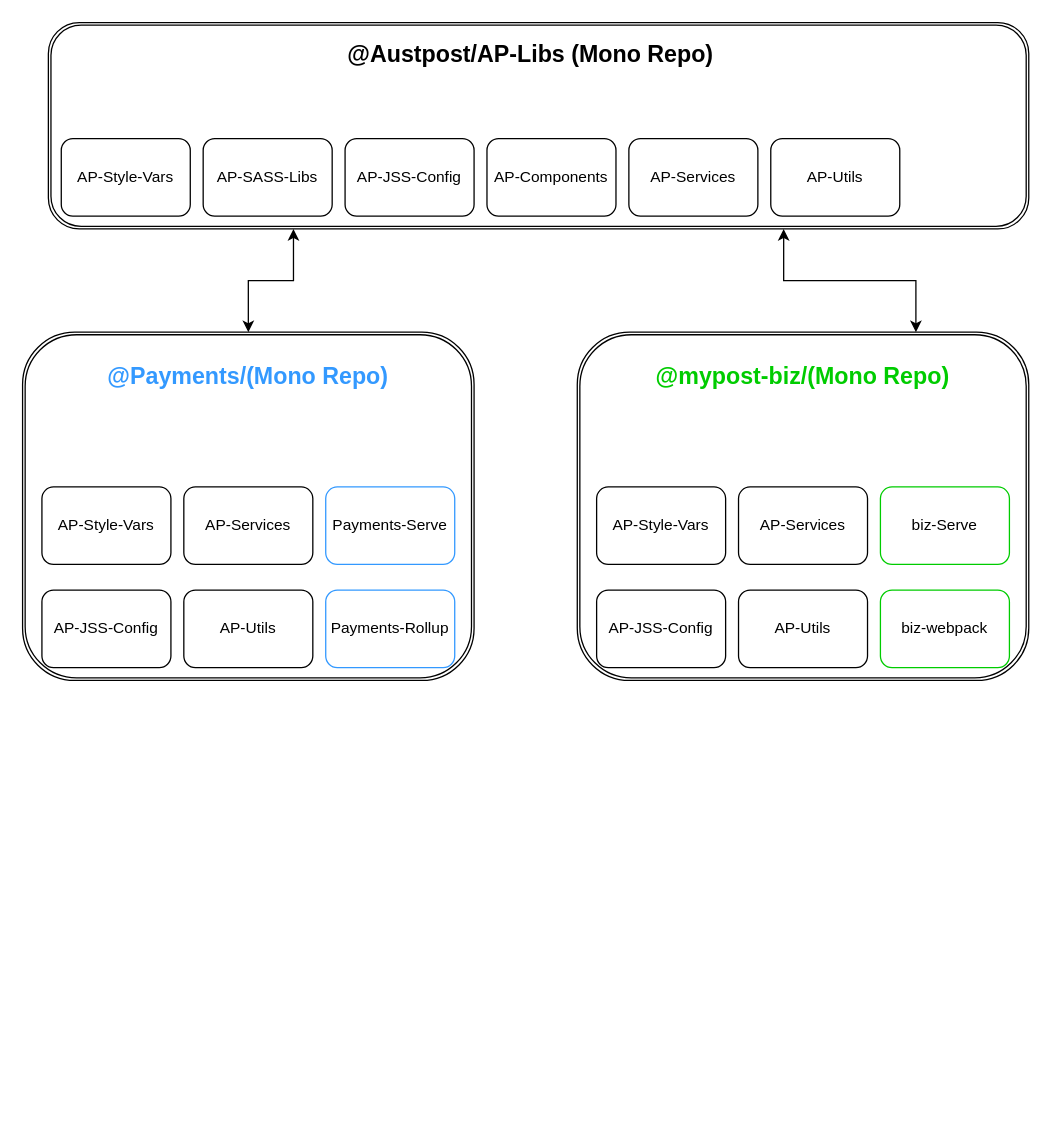
Above: notes/shared-libs/shared-libs.drawio in amindunited/amindunited.github.io (draw.io), before the change. Source tidied: cells renumbered, new cells numbered last; positions are measured from the earlier drawing's top-left corner, leaving out a move shared by most shapes. Both pictures are drawn from the tidied source at 129%, with x=0, y=0 at pixel (22, 22).
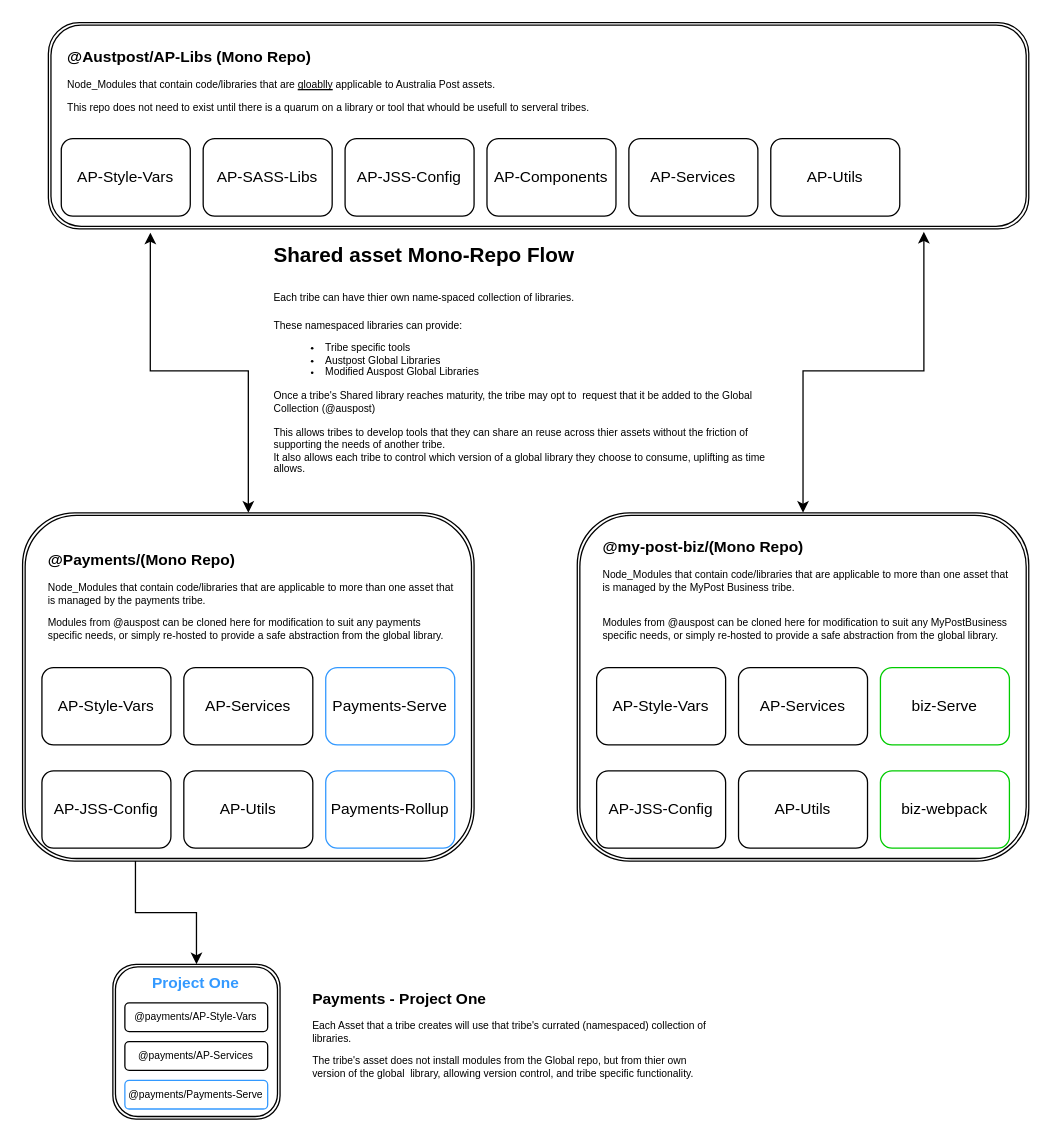
The same diagram, later.

Commit message:
Updated with better descriptions

The change refers to these unchanged cells:
```xml
<mxCell id="3" style="shape=ext;double=1;rounded=1;whiteSpace=wrap;html=1;" parent="1" vertex="1">
  <mxGeometry x="20" width="760" height="160" as="geometry" />
</mxCell>
<mxCell id="21" style="shape=ext;double=1;rounded=1;whiteSpace=wrap;html=1;" parent="20" vertex="1">
  <mxGeometry width="350" height="270" as="geometry" />
</mxCell>
```

Diff of the diagram source:
```diff
@@
-    <mxCell id="2" style="edgeStyle=orthogonalEdgeStyle;rounded=0;jettySize=auto;html=1;exitX=0.25;exitY=1;exitDx=0;exitDy=0;startArrow=classic;startFill=1;" parent="1" edge="1" source="3" target="12">
+    <mxCell id="2" style="edgeStyle=orthogonalEdgeStyle;rounded=0;jettySize=auto;html=1;exitX=0.104;exitY=1.018;exitDx=0;exitDy=0;startArrow=classic;startFill=1;exitPerimeter=0;" parent="1" edge="1" source="3" target="12">
       <mxGeometry relative="1" as="geometry" />
     </mxCell>
@@
-    <mxCell id="4" value="&lt;h2&gt;@Austpost/AP-Libs (Mono Repo)&lt;/h2&gt;" style="text;html=1;strokeColor=none;fillColor=none;align=center;verticalAlign=middle;whiteSpace=wrap;rounded=0;" parent="1" vertex="1">
-      <mxGeometry x="235" y="10" width="317.5" height="30" as="geometry" />
-    </mxCell>
@@
     <mxCell id="11" style="group;" parent="1" vertex="1">
-      <mxGeometry y="240" width="350" height="270" as="geometry" />
+      <mxGeometry y="210" width="665" height="270" as="geometry" />
     </mxCell>
     <mxCell id="12" style="shape=ext;double=1;rounded=1;whiteSpace=wrap;html=1;" parent="11" vertex="1">
-      <mxGeometry width="350" height="270" as="geometry" />
+      <mxGeometry y="170" width="350" height="270" as="geometry" />
     </mxCell>
-    <mxCell id="13" value="&lt;h2&gt;&lt;font color=&quot;#3399ff&quot;&gt;@Payments/(Mono Repo)&lt;/font&gt;&lt;/h2&gt;" style="text;html=1;strokeColor=none;fillColor=none;align=center;verticalAlign=middle;whiteSpace=wrap;rounded=0;" parent="11" vertex="1">
-      <mxGeometry x="55" y="20" width="240" height="30" as="geometry" />
-    </mxCell>
     <mxCell id="14" value="AP-Style-Vars" style="rounded=1;whiteSpace=wrap;html=1;" parent="11" vertex="1">
-      <mxGeometry x="15" y="120" width="100" height="60" as="geometry" />
+      <mxGeometry x="15" y="290" width="100" height="60" as="geometry" />
     </mxCell>
     <mxCell id="15" value="AP-JSS-Config" style="rounded=1;whiteSpace=wrap;html=1;" parent="11" vertex="1">
-      <mxGeometry x="15" y="200" width="100" height="60" as="geometry" />
+      <mxGeometry x="15" y="370" width="100" height="60" as="geometry" />
     </mxCell>
     <mxCell id="16" value="Payments-Serve" style="rounded=1;whiteSpace=wrap;html=1;strokeColor=#3399FF;" parent="11" vertex="1">
-      <mxGeometry x="235" y="120" width="100" height="60" as="geometry" />
+      <mxGeometry x="235" y="290" width="100" height="60" as="geometry" />
     </mxCell>
     <mxCell id="17" value="AP-Utils" style="rounded=1;whiteSpace=wrap;html=1;" parent="11" vertex="1">
-      <mxGeometry x="125" y="200" width="100" height="60" as="geometry" />
+      <mxGeometry x="125" y="370" width="100" height="60" as="geometry" />
     </mxCell>
     <mxCell id="18" value="AP-Services" style="rounded=1;whiteSpace=wrap;html=1;" parent="11" vertex="1">
-      <mxGeometry x="125" y="120" width="100" height="60" as="geometry" />
+      <mxGeometry x="125" y="290" width="100" height="60" as="geometry" />
     </mxCell>
     <mxCell id="19" value="Payments-Rollup" style="rounded=1;whiteSpace=wrap;html=1;strokeColor=#3399FF;" parent="11" vertex="1">
-      <mxGeometry x="235" y="200" width="100" height="60" as="geometry" />
+      <mxGeometry x="235" y="370" width="100" height="60" as="geometry" />
     </mxCell>
+    <mxCell id="30" value="&lt;h2&gt;@Payments/(Mono Repo)&lt;/h2&gt;&lt;p&gt;Node_Modules that contain code/libraries that are applicable to more than one asset that is managed by the payments tribe.&lt;/p&gt;&lt;p&gt;Modules from @auspost can be cloned here for modification to suit any payments specific needs, or simply re-hosted to provide a safe abstraction from the global library.&lt;/p&gt;" style="text;html=1;strokeColor=none;fillColor=none;spacing=5;spacingTop=-20;whiteSpace=wrap;overflow=hidden;rounded=0;fontSize=8;align=left;" parent="11" vertex="1">
+      <mxGeometry x="15" y="200" width="325" height="80" as="geometry" />
+    </mxCell>
+    <mxCell id="31" value="&lt;h1&gt;&lt;span&gt;Shared asset Mono-Repo Flow&lt;/span&gt;&lt;/h1&gt;&lt;h1&gt;&lt;span style=&quot;font-size: 8px ; font-weight: normal&quot;&gt;Each tribe can have thier own name-spaced collection of libraries.&lt;/span&gt;&lt;br&gt;&lt;/h1&gt;&lt;div&gt;&lt;span style=&quot;font-size: 8px ; font-weight: normal&quot;&gt;These namespaced libraries can provide:&lt;/span&gt;&lt;/div&gt;&lt;div&gt;&lt;ul&gt;&lt;li&gt;&lt;span style=&quot;font-size: 8px ; font-weight: normal&quot;&gt;Tribe specific tools&lt;br&gt;&lt;/span&gt;&lt;/li&gt;&lt;li&gt;&lt;span style=&quot;font-size: 8px ; font-weight: normal&quot;&gt;Austpost Global Libraries&lt;/span&gt;&lt;/li&gt;&lt;li&gt;&lt;span style=&quot;font-size: 8px ; font-weight: normal&quot;&gt;Modified Auspost Global Libraries&lt;/span&gt;&lt;/li&gt;&lt;/ul&gt;&lt;div&gt;Once a tribe's Shared library reaches maturity, the tribe may opt to&amp;nbsp; request that it be added to the Global&amp;nbsp; Collection (@auspost)&lt;/div&gt;&lt;/div&gt;&lt;div&gt;&lt;br&gt;&lt;/div&gt;&lt;div&gt;This allows tribes to develop tools that they can share an reuse across thier assets without the friction of supporting the needs of another tribe.&lt;/div&gt;&lt;div&gt;It also allows each tribe to control which version of a global library they choose to consume, uplifting as time allows.&lt;/div&gt;" style="text;html=1;strokeColor=none;fillColor=none;spacing=5;spacingTop=-20;whiteSpace=wrap;overflow=hidden;rounded=0;fontSize=8;" parent="11" vertex="1">
+      <mxGeometry x="190" y="-40" width="400" height="210" as="geometry" />
+    </mxCell>
     <mxCell id="20" style="group;" parent="1" vertex="1">
-      <mxGeometry x="430" y="240" width="350" height="270" as="geometry" />
+      <mxGeometry x="430" y="380" width="350" height="270" as="geometry" />
     </mxCell>
@@
-    <mxCell id="22" value="&lt;h2&gt;&lt;font color=&quot;#00cc00&quot;&gt;@mypost-biz/(Mono Repo)&lt;/font&gt;&lt;/h2&gt;" style="text;html=1;strokeColor=none;fillColor=none;align=center;verticalAlign=middle;whiteSpace=wrap;rounded=0;" parent="20" vertex="1">
-      <mxGeometry x="55" y="20" width="240" height="30" as="geometry" />
-    </mxCell>
@@
+    <mxCell id="32" value="&lt;h2&gt;@my-post-biz/(Mono Repo)&lt;/h2&gt;&lt;p&gt;Node_Modules that contain code/libraries that are applicable to more than one asset that is managed by the MyPost Business tribe.&lt;/p&gt;&lt;br class=&quot;Apple-interchange-newline&quot;&gt;Modules from @auspost can be cloned here for modification to suit any MyPostBusiness specific needs, or simply re-hosted to provide a safe abstraction from the global library." style="text;html=1;strokeColor=none;fillColor=none;spacing=5;spacingTop=-20;whiteSpace=wrap;overflow=hidden;rounded=0;fontSize=8;align=left;" parent="20" vertex="1">
+      <mxGeometry x="15" y="20" width="325" height="90" as="geometry" />
+    </mxCell>
-    <mxCell id="29" style="edgeStyle=orthogonalEdgeStyle;rounded=0;jettySize=auto;html=1;exitX=0.75;exitY=1;exitDx=0;exitDy=0;startArrow=classic;startFill=1;entryX=0.75;entryY=0;entryDx=0;entryDy=0;" parent="1" edge="1" source="3" target="21">
+    <mxCell id="29" style="edgeStyle=orthogonalEdgeStyle;rounded=0;jettySize=auto;html=1;exitX=0.893;exitY=1.014;exitDx=0;exitDy=0;startArrow=classic;startFill=1;exitPerimeter=0;" parent="1" edge="1" source="3" target="21">
       <mxGeometry relative="1" as="geometry" />
     </mxCell>
+    <mxCell id="33" style="group;" parent="1" vertex="1">
+      <mxGeometry x="70" y="730" width="129.6" height="120" as="geometry" />
+    </mxCell>
+    <mxCell id="34" style="shape=ext;double=1;rounded=1;whiteSpace=wrap;html=1;" parent="33" vertex="1">
+      <mxGeometry width="129.6" height="120" as="geometry" />
+    </mxCell>
+    <mxCell id="35" value="&lt;h2&gt;&lt;font color=&quot;#3399ff&quot; style=&quot;font-size: 12px&quot;&gt;Project One&lt;/font&gt;&lt;/h2&gt;" style="text;html=1;strokeColor=none;fillColor=none;align=center;verticalAlign=middle;whiteSpace=wrap;rounded=0;" parent="33" vertex="1">
+      <mxGeometry x="20.4" y="7.4" width="88.9" height="11.1" as="geometry" />
+    </mxCell>
+    <mxCell id="36" value="@payments/AP-Style-Vars" style="rounded=1;whiteSpace=wrap;html=1;fontSize=8;fontStyle=0;" parent="33" vertex="1">
+      <mxGeometry x="9.3" y="30" width="110.7" height="22.2" as="geometry" />
+    </mxCell>
+    <mxCell id="37" value="@payments/Payments-Serve" style="rounded=1;whiteSpace=wrap;html=1;strokeColor=#3399FF;fontSize=8;fontStyle=0;" parent="33" vertex="1">
+      <mxGeometry x="9.3" y="90" width="110.7" height="22.2" as="geometry" />
+    </mxCell>
+    <mxCell id="38" value="@payments/AP-Services" style="rounded=1;whiteSpace=wrap;html=1;fontSize=8;fontStyle=0;" parent="33" vertex="1">
+      <mxGeometry x="9.3" y="60" width="110.7" height="22.2" as="geometry" />
+    </mxCell>
+    <mxCell id="39" style="edgeStyle=orthogonalEdgeStyle;rounded=0;jettySize=auto;html=1;exitX=0.25;exitY=1;exitDx=0;exitDy=0;entryX=0.5;entryY=0;entryDx=0;entryDy=0;fontSize=8;" parent="1" edge="1" source="12" target="34">
+      <mxGeometry relative="1" as="geometry" />
+    </mxCell>
+    <mxCell id="40" value="&lt;h2&gt;@Austpost/AP-Libs (Mono Repo)&lt;/h2&gt;&lt;p&gt;Node_Modules that contain code/libraries that are &lt;u&gt;gloablly&lt;/u&gt; applicable to Australia Post assets.&lt;/p&gt;&lt;p&gt;This repo does not need to exist until there is a quarum on a library or tool that whould be usefull to serveral tribes.&lt;/p&gt;" style="text;html=1;strokeColor=none;fillColor=none;spacing=5;spacingTop=-20;whiteSpace=wrap;overflow=hidden;rounded=0;fontSize=8;align=left;" parent="1" vertex="1">
+      <mxGeometry x="30" y="20" width="650" height="60" as="geometry" />
+    </mxCell>
+    <mxCell id="41" value="&lt;h2&gt;Payments - Project One&lt;/h2&gt;&lt;p&gt;Each Asset that a tribe creates will use that tribe's currated (namespaced) collection of libraries.&lt;/p&gt;&lt;p&gt;The tribe's asset does not install modules from the Global repo, but from thier own version of the global&amp;nbsp; library, allowing version control, and tribe specific functionality.&lt;/p&gt;" style="text;html=1;strokeColor=none;fillColor=none;spacing=5;spacingTop=-20;whiteSpace=wrap;overflow=hidden;rounded=0;fontSize=8;align=left;" parent="1" vertex="1">
+      <mxGeometry x="220" y="750" width="325" height="90" as="geometry" />
+    </mxCell>
```
